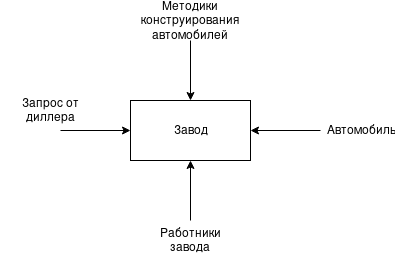
The draw.io diagram hw3/idef0/IDEF0_Outter.png in kuklinamd/sdhw, before a commit. Source tidied: cells renumbered, new cells last; positions are measured from the earlier drawing's top-left corner, leaving out a move shared by most shapes.
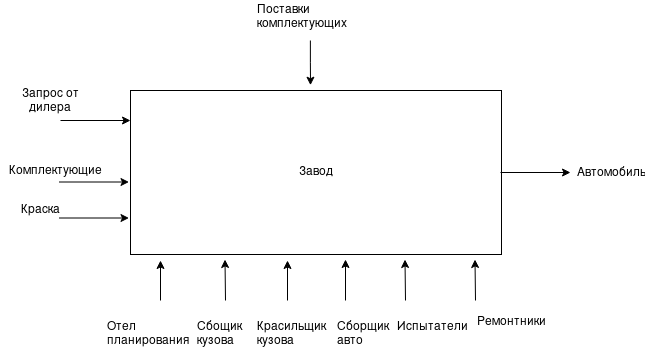
The same file after the commit.

Commit message:
Fix IDEF0 (new Inner xml is lost)

Change to the diagram source:
```diff
@@ -3,21 +3,11 @@
     <mxCell id="0" />
     <mxCell id="1" parent="0" />
     <mxCell id="2" style="rounded=0;whiteSpace=wrap;html=1;" parent="1" vertex="1">
-      <mxGeometry x="130" y="90" width="120" height="60" as="geometry" />
+      <mxGeometry x="130" y="90" width="371" height="164" as="geometry" />
     </mxCell>
     <mxCell id="3" value="Завод" style="text;html=1;strokeColor=none;fillColor=none;align=center;verticalAlign=middle;whiteSpace=wrap;rounded=0;" parent="1" vertex="1">
-      <mxGeometry x="130" y="90" width="120" height="60" as="geometry" />
+      <mxGeometry x="130" y="90" width="371" height="163" as="geometry" />
     </mxCell>
-    <mxCell id="4" style="endArrow=classic;html=1;entryX=0.5;entryY=0;entryDx=0;entryDy=0;" parent="1" edge="1" target="3">
-      <mxGeometry relative="1" as="geometry">
-        <mxPoint x="190" y="30" as="sourcePoint" />
-      </mxGeometry>
-    </mxCell>
-    <mxCell id="5" style="endArrow=classic;html=1;entryX=0.5;entryY=1;entryDx=0;entryDy=0;" parent="1" edge="1" target="3">
-      <mxGeometry relative="1" as="geometry">
-        <mxPoint x="190" y="210" as="sourcePoint" />
-      </mxGeometry>
-    </mxCell>
     <mxCell id="6" style="endArrow=classic;html=1;" parent="1" edge="1">
       <mxGeometry relative="1" as="geometry">
         <mxPoint x="60" y="120" as="sourcePoint" />
@@ -26,21 +16,95 @@
     </mxCell>
     <mxCell id="7" style="endArrow=classic;html=1;" parent="1" edge="1">
       <mxGeometry relative="1" as="geometry">
-        <mxPoint x="320" y="120" as="sourcePoint" />
-        <mxPoint x="250" y="120" as="targetPoint" />
+        <mxPoint x="500" y="172" as="sourcePoint" />
+        <mxPoint x="570" y="172" as="targetPoint" />
       </mxGeometry>
     </mxCell>
-    <mxCell id="8" value="Запрос от диллера" style="text;html=1;strokeColor=none;fillColor=none;align=center;verticalAlign=middle;whiteSpace=wrap;rounded=0;" parent="1" vertex="1">
+    <mxCell id="8" value="Запрос от дилера" style="text;html=1;strokeColor=none;fillColor=none;align=center;verticalAlign=middle;whiteSpace=wrap;rounded=0;" parent="1" vertex="1">
       <mxGeometry y="90" width="100" height="20" as="geometry" />
     </mxCell>
-    <mxCell id="9" value="Работники завода" style="text;html=1;strokeColor=none;fillColor=none;align=center;verticalAlign=middle;whiteSpace=wrap;rounded=0;" parent="1" vertex="1">
-      <mxGeometry x="170" y="220" width="40" height="20" as="geometry" />
-    </mxCell>
-    <mxCell id="10" value="&lt;div&gt;Методики конструирования&lt;/div&gt;&lt;div&gt;автомобилей&lt;br&gt;&lt;/div&gt;" style="text;html=1;strokeColor=none;fillColor=none;align=center;verticalAlign=middle;whiteSpace=wrap;rounded=0;" parent="1" vertex="1">
-      <mxGeometry x="170" width="40" height="20" as="geometry" />
-    </mxCell>
     <mxCell id="11" value="Автомобиль" style="text;html=1;strokeColor=none;fillColor=none;align=center;verticalAlign=middle;whiteSpace=wrap;rounded=0;" parent="1" vertex="1">
-      <mxGeometry x="340" y="110" width="40" height="20" as="geometry" />
+      <mxGeometry x="590" y="162" width="40" height="20" as="geometry" />
     </mxCell>
+    <mxCell id="12" style="edgeStyle=orthogonalEdgeStyle;rounded=0;jettySize=auto;html=1;" parent="1" edge="1" source="13">
+      <mxGeometry relative="1" as="geometry">
+        <mxPoint x="310" y="84.7" as="targetPoint" />
+      </mxGeometry>
+    </mxCell>
+    <mxCell id="13" value="&lt;div&gt;Поставки&lt;/div&gt;&lt;div&gt; комплектующих&lt;/div&gt;&lt;div&gt;&lt;br&gt;&lt;/div&gt;" style="text;html=1;points=[];align=left;verticalAlign=top;spacingTop=-4;" parent="1" vertex="1">
+      <mxGeometry x="255" width="110" height="40" as="geometry" />
+    </mxCell>
+    <mxCell id="14" style="endArrow=classic;html=1;" parent="1" edge="1">
+      <mxGeometry relative="1" as="geometry">
+        <mxPoint x="160" y="300" as="sourcePoint" />
+        <mxPoint x="160" y="260" as="targetPoint" />
+      </mxGeometry>
+    </mxCell>
+    <mxCell id="15" value="&lt;div&gt;Отел&lt;/div&gt;&lt;div&gt;планирования&lt;/div&gt;" style="text;html=1;align=left;verticalAlign=top;spacingTop=-4;" parent="1" vertex="1">
+      <mxGeometry x="105" y="317" width="100" height="30" as="geometry" />
+    </mxCell>
+    <mxCell id="16" style="endArrow=classic;html=1;entryX=0.078;entryY=1.017;entryDx=0;entryDy=0;entryPerimeter=0;" parent="1" edge="1">
+      <mxGeometry relative="1" as="geometry">
+        <mxPoint x="225" y="300" as="sourcePoint" />
+        <mxPoint x="224.5" y="259" as="targetPoint" />
+      </mxGeometry>
+    </mxCell>
+    <mxCell id="17" style="endArrow=classic;html=1;" parent="1" edge="1">
+      <mxGeometry relative="1" as="geometry">
+        <mxPoint x="287" y="300" as="sourcePoint" />
+        <mxPoint x="287" y="260" as="targetPoint" />
+      </mxGeometry>
+    </mxCell>
+    <mxCell id="18" value="&lt;div&gt;Сбощик&lt;/div&gt;&lt;div&gt;кузова&lt;/div&gt;" style="text;html=1;align=left;verticalAlign=top;spacingTop=-4;" parent="1" vertex="1">
+      <mxGeometry x="195" y="317" width="60" height="30" as="geometry" />
+    </mxCell>
+    <mxCell id="19" value="&lt;div&gt;Красильщик&lt;/div&gt;&lt;div&gt;кузова&lt;br&gt;&lt;/div&gt;" style="text;html=1;align=left;verticalAlign=top;spacingTop=-4;" parent="1" vertex="1">
+      <mxGeometry x="255" y="317" width="80" height="30" as="geometry" />
+    </mxCell>
+    <mxCell id="20" value="&lt;div&gt;Сборщик&lt;/div&gt;&lt;div&gt;авто&lt;br&gt;&lt;/div&gt;" style="text;html=1;align=left;verticalAlign=top;spacingTop=-4;" parent="1" vertex="1">
+      <mxGeometry x="335" y="317" width="70" height="30" as="geometry" />
+    </mxCell>
+    <mxCell id="21" value="Испытатели" style="text;html=1;align=left;verticalAlign=top;spacingTop=-4;" parent="1" vertex="1">
+      <mxGeometry x="395" y="317" width="90" height="20" as="geometry" />
+    </mxCell>
+    <mxCell id="22" value="Ремонтники" style="text;html=1;align=left;verticalAlign=top;spacingTop=-4;" parent="1" vertex="1">
+      <mxGeometry x="475" y="312" width="80" height="20" as="geometry" />
+    </mxCell>
+    <mxCell id="23" style="endArrow=classic;html=1;entryX=0.411;entryY=1.05;entryDx=0;entryDy=0;entryPerimeter=0;" parent="1" edge="1">
+      <mxGeometry relative="1" as="geometry">
+        <mxPoint x="345" y="300" as="sourcePoint" />
+        <mxPoint x="345" y="259" as="targetPoint" />
+      </mxGeometry>
+    </mxCell>
+    <mxCell id="24" style="endArrow=classic;html=1;entryX=0.411;entryY=1.05;entryDx=0;entryDy=0;entryPerimeter=0;" parent="1" edge="1">
+      <mxGeometry relative="1" as="geometry">
+        <mxPoint x="405" y="300" as="sourcePoint" />
+        <mxPoint x="404.5" y="259" as="targetPoint" />
+      </mxGeometry>
+    </mxCell>
+    <mxCell id="25" style="endArrow=classic;html=1;entryX=0.411;entryY=1.05;entryDx=0;entryDy=0;entryPerimeter=0;" parent="1" edge="1">
+      <mxGeometry relative="1" as="geometry">
+        <mxPoint x="475" y="300" as="sourcePoint" />
+        <mxPoint x="474.5" y="259" as="targetPoint" />
+      </mxGeometry>
+    </mxCell>
+    <mxCell id="26" value="Комплектующие" style="text;html=1;align=left;verticalAlign=top;spacingTop=-4;" parent="1" vertex="1">
+      <mxGeometry x="7" y="161" width="103" height="14" as="geometry" />
+    </mxCell>
+    <mxCell id="27" value="Краска" style="text;html=1;align=left;verticalAlign=top;spacingTop=-4;" parent="1" vertex="1">
+      <mxGeometry x="19" y="199.5" width="49" height="14" as="geometry" />
+    </mxCell>
+    <mxCell id="28" style="endArrow=classic;html=1;" parent="1" edge="1">
+      <mxGeometry relative="1" as="geometry">
+        <mxPoint x="58.5" y="181.5" as="sourcePoint" />
+        <mxPoint x="128.5" y="181.5" as="targetPoint" />
+      </mxGeometry>
+    </mxCell>
+    <mxCell id="29" style="endArrow=classic;html=1;" parent="1" edge="1">
+      <mxGeometry relative="1" as="geometry">
+        <mxPoint x="58.5" y="217.5" as="sourcePoint" />
+        <mxPoint x="128.5" y="217.5" as="targetPoint" />
+      </mxGeometry>
+    </mxCell>
   </root>
 </mxGraphModel>
```
